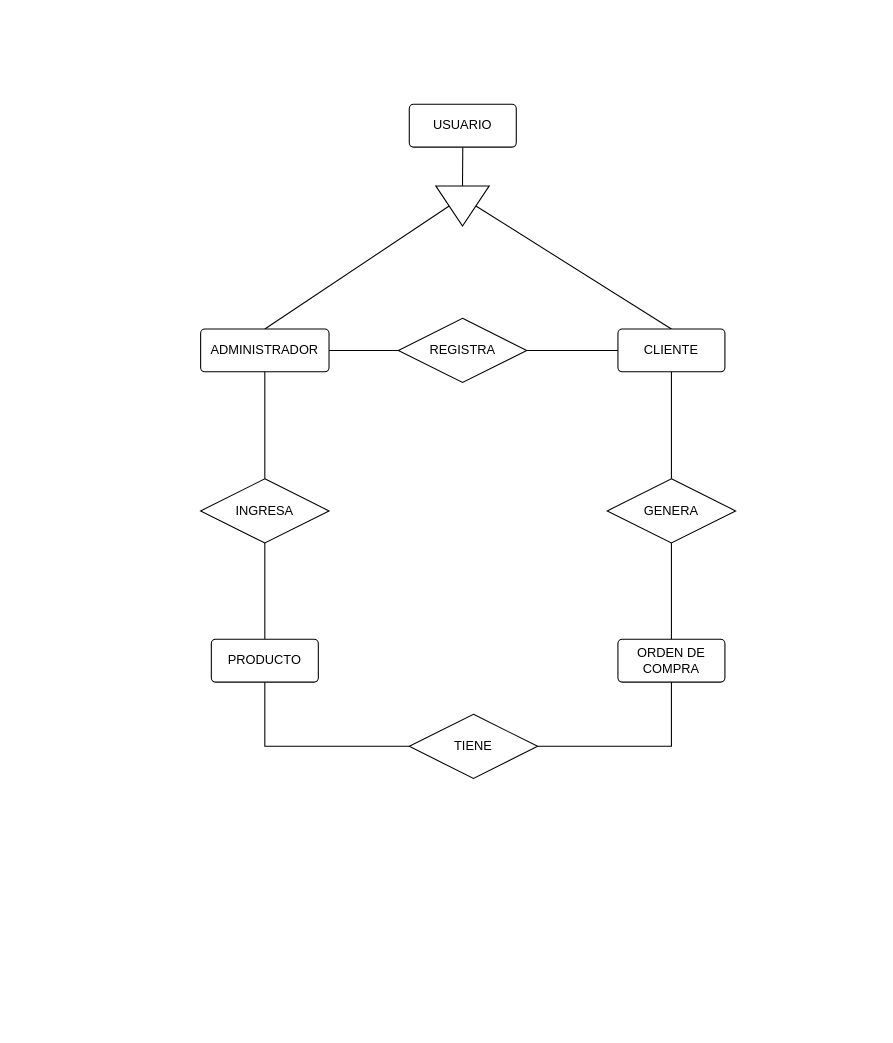
This is DiagramaER.drawio from KemosahbeAndres/proyecto_java, a draw.io file, before an edit. Source tidied: cells renumbered, new cells numbered last; positions are measured from the earlier drawing's top-left corner, leaving out a move shared by most shapes. Both pictures are drawn from the tidied source at 107%, with x=0, y=0 at pixel (200, 104).
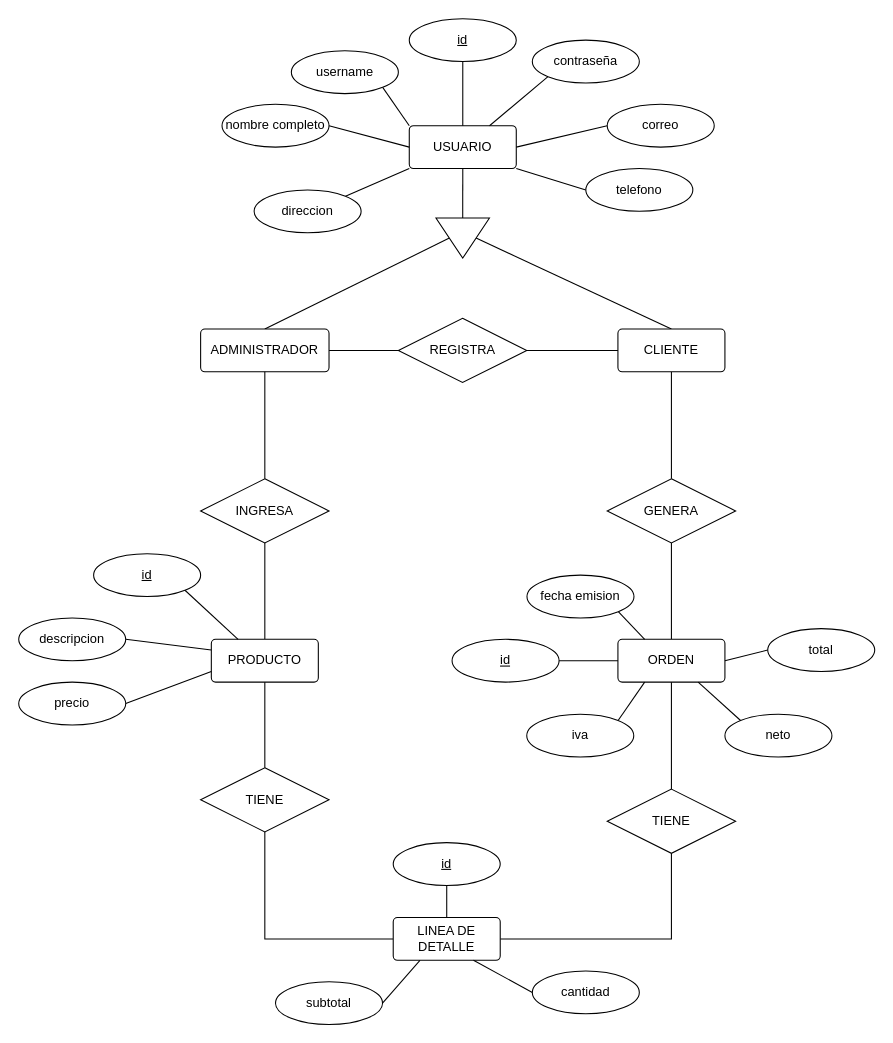
After the change.

The change refers to these unchanged cells:
```xml
<mxCell id="14" value="PRODUCTO" style="rounded=1;arcSize=10;whiteSpace=wrap;html=1;align=center;" parent="1" vertex="1">
  <mxGeometry x="10" y="500" width="100" height="40" as="geometry" />
</mxCell>
```

What changed in the source:
```diff
@@
     <mxCell id="3" value="USUARIO" style="rounded=1;arcSize=10;whiteSpace=wrap;html=1;align=center;" parent="1" vertex="1">
-      <mxGeometry x="195" width="100" height="40" as="geometry" />
+      <mxGeometry x="195" y="20" width="100" height="40" as="geometry" />
     </mxCell>
@@
     <mxCell id="6" style="triangle;whiteSpace=wrap;html=1;rotation=90;" parent="1" vertex="1">
-      <mxGeometry x="226" y="70" width="37.5" height="50" as="geometry" />
+      <mxGeometry x="226.2" y="100" width="37.5" height="50" as="geometry" />
     </mxCell>
@@
-    <mxCell id="19" value="ORDEN DE COMPRA" style="rounded=1;arcSize=10;whiteSpace=wrap;html=1;align=center;" parent="1" vertex="1">
+    <mxCell id="19" value="ORDEN" style="rounded=1;arcSize=10;whiteSpace=wrap;html=1;align=center;" parent="1" vertex="1">
       <mxGeometry x="390" y="500" width="100" height="40" as="geometry" />
     </mxCell>
-    <mxCell id="20" style="edgeStyle=orthogonalEdgeStyle;rounded=0;jettySize=auto;html=1;exitX=0;exitY=0.5;exitDx=0;exitDy=0;entryX=0.5;entryY=1;entryDx=0;entryDy=0;endArrow=none;endFill=0;" parent="1" edge="1" source="22" target="14">
+    <mxCell id="20" style="edgeStyle=orthogonalEdgeStyle;rounded=0;jettySize=auto;html=1;exitX=0.5;exitY=0;exitDx=0;exitDy=0;entryX=0.5;entryY=1;entryDx=0;entryDy=0;endArrow=none;endFill=0;" parent="1" edge="1" source="22" target="14">
       <mxGeometry relative="1" as="geometry" />
     </mxCell>
-    <mxCell id="21" style="edgeStyle=orthogonalEdgeStyle;rounded=0;jettySize=auto;html=1;exitX=1;exitY=0.5;exitDx=0;exitDy=0;entryX=0.5;entryY=1;entryDx=0;entryDy=0;endArrow=none;endFill=0;" parent="1" edge="1" source="22" target="19">
-      <mxGeometry relative="1" as="geometry" />
-    </mxCell>
     <mxCell id="22" value="TIENE" style="shape=rhombus;perimeter=rhombusPerimeter;whiteSpace=wrap;html=1;align=center;" parent="1" vertex="1">
-      <mxGeometry x="195" y="570" width="120" height="60" as="geometry" />
+      <mxGeometry y="620" width="120" height="60" as="geometry" />
     </mxCell>
+    <mxCell id="23" style="edgeStyle=none;rounded=0;jettySize=auto;html=1;exitX=1;exitY=1;exitDx=0;exitDy=0;entryX=0.25;entryY=0;entryDx=0;entryDy=0;endArrow=none;endFill=0;" parent="1" edge="1" source="24" target="14">
+      <mxGeometry relative="1" as="geometry" />
+    </mxCell>
+    <mxCell id="24" value="id" style="ellipse;whiteSpace=wrap;html=1;align=center;fontStyle=4;" parent="1" vertex="1">
+      <mxGeometry x="-100" y="420" width="100" height="40" as="geometry" />
+    </mxCell>
+    <mxCell id="25" style="edgeStyle=none;rounded=0;jettySize=auto;html=1;exitX=1;exitY=0.5;exitDx=0;exitDy=0;entryX=0;entryY=0.25;entryDx=0;entryDy=0;endArrow=none;endFill=0;" parent="1" edge="1" source="26" target="14">
+      <mxGeometry relative="1" as="geometry" />
+    </mxCell>
+    <mxCell id="26" value="descripcion" style="ellipse;whiteSpace=wrap;html=1;align=center;" parent="1" vertex="1">
+      <mxGeometry x="-170" y="480" width="100" height="40" as="geometry" />
+    </mxCell>
+    <mxCell id="27" style="edgeStyle=none;rounded=0;jettySize=auto;html=1;exitX=1;exitY=0.5;exitDx=0;exitDy=0;entryX=0;entryY=0.75;entryDx=0;entryDy=0;endArrow=none;endFill=0;" parent="1" edge="1" source="28" target="14">
+      <mxGeometry relative="1" as="geometry" />
+    </mxCell>
+    <mxCell id="28" value="precio" style="ellipse;whiteSpace=wrap;html=1;align=center;" parent="1" vertex="1">
+      <mxGeometry x="-170" y="540" width="100" height="40" as="geometry" />
+    </mxCell>
+    <mxCell id="29" style="edgeStyle=orthogonalEdgeStyle;rounded=0;jettySize=auto;html=1;exitX=1;exitY=0.5;exitDx=0;exitDy=0;entryX=0.5;entryY=1;entryDx=0;entryDy=0;endArrow=none;endFill=0;" parent="1" edge="1" source="31" target="33">
+      <mxGeometry relative="1" as="geometry" />
+    </mxCell>
+    <mxCell id="30" style="edgeStyle=orthogonalEdgeStyle;rounded=0;jettySize=auto;html=1;exitX=0;exitY=0.5;exitDx=0;exitDy=0;entryX=0.5;entryY=1;entryDx=0;entryDy=0;endArrow=none;endFill=0;" parent="1" edge="1" source="31" target="22">
+      <mxGeometry relative="1" as="geometry" />
+    </mxCell>
+    <mxCell id="31" value="LINEA DE DETALLE" style="rounded=1;arcSize=10;whiteSpace=wrap;html=1;align=center;" parent="1" vertex="1">
+      <mxGeometry x="180" y="760" width="100" height="40" as="geometry" />
+    </mxCell>
+    <mxCell id="32" style="edgeStyle=orthogonalEdgeStyle;rounded=0;jettySize=auto;html=1;exitX=0.5;exitY=0;exitDx=0;exitDy=0;entryX=0.5;entryY=1;entryDx=0;entryDy=0;endArrow=none;endFill=0;" parent="1" edge="1" source="33" target="19">
+      <mxGeometry relative="1" as="geometry" />
+    </mxCell>
+    <mxCell id="33" value="TIENE" style="shape=rhombus;perimeter=rhombusPerimeter;whiteSpace=wrap;html=1;align=center;" parent="1" vertex="1">
+      <mxGeometry x="380" y="640" width="120" height="60" as="geometry" />
+    </mxCell>
+    <mxCell id="34" style="rounded=0;jettySize=auto;html=1;exitX=0.5;exitY=1;exitDx=0;exitDy=0;entryX=0.5;entryY=0;entryDx=0;entryDy=0;endArrow=none;endFill=0;" parent="1" edge="1" source="35" target="31">
+      <mxGeometry relative="1" as="geometry" />
+    </mxCell>
+    <mxCell id="35" value="id" style="ellipse;whiteSpace=wrap;html=1;align=center;fontStyle=4;" parent="1" vertex="1">
+      <mxGeometry x="180" y="690" width="100" height="40" as="geometry" />
+    </mxCell>
+    <mxCell id="36" style="rounded=0;jettySize=auto;html=1;exitX=0;exitY=0.5;exitDx=0;exitDy=0;entryX=0.75;entryY=1;entryDx=0;entryDy=0;endArrow=none;endFill=0;" parent="1" edge="1" source="37" target="31">
+      <mxGeometry relative="1" as="geometry" />
+    </mxCell>
+    <mxCell id="37" value="cantidad" style="ellipse;whiteSpace=wrap;html=1;align=center;" parent="1" vertex="1">
+      <mxGeometry x="310" y="810" width="100" height="40" as="geometry" />
+    </mxCell>
+    <mxCell id="38" style="rounded=0;jettySize=auto;html=1;exitX=1;exitY=0.5;exitDx=0;exitDy=0;entryX=0.25;entryY=1;entryDx=0;entryDy=0;endArrow=none;endFill=0;" parent="1" edge="1" source="39" target="31">
+      <mxGeometry relative="1" as="geometry" />
+    </mxCell>
+    <mxCell id="39" value="subtotal" style="ellipse;whiteSpace=wrap;html=1;align=center;" parent="1" vertex="1">
+      <mxGeometry x="70" y="820" width="100" height="40" as="geometry" />
+    </mxCell>
+    <mxCell id="40" style="rounded=0;jettySize=auto;html=1;exitX=1;exitY=0.5;exitDx=0;exitDy=0;entryX=0;entryY=0.5;entryDx=0;entryDy=0;endArrow=none;endFill=0;" parent="1" edge="1" source="41" target="19">
+      <mxGeometry relative="1" as="geometry" />
+    </mxCell>
+    <mxCell id="41" value="id" style="ellipse;whiteSpace=wrap;html=1;align=center;fontStyle=4;" parent="1" vertex="1">
+      <mxGeometry x="235" y="500" width="100" height="40" as="geometry" />
+    </mxCell>
+    <mxCell id="42" style="rounded=0;jettySize=auto;html=1;exitX=1;exitY=1;exitDx=0;exitDy=0;entryX=0.25;entryY=0;entryDx=0;entryDy=0;endArrow=none;endFill=0;" parent="1" edge="1" source="43" target="19">
+      <mxGeometry relative="1" as="geometry" />
+    </mxCell>
+    <mxCell id="43" value="fecha emision" style="ellipse;whiteSpace=wrap;html=1;align=center;" parent="1" vertex="1">
+      <mxGeometry x="305" y="440" width="100" height="40" as="geometry" />
+    </mxCell>
+    <mxCell id="44" style="edgeStyle=none;rounded=0;jettySize=auto;html=1;exitX=0;exitY=0.5;exitDx=0;exitDy=0;entryX=1;entryY=0.5;entryDx=0;entryDy=0;endArrow=none;endFill=0;" parent="1" edge="1" source="45" target="19">
+      <mxGeometry relative="1" as="geometry" />
+    </mxCell>
+    <mxCell id="45" value="total" style="ellipse;whiteSpace=wrap;html=1;align=center;" parent="1" vertex="1">
+      <mxGeometry x="530" y="490" width="100" height="40" as="geometry" />
+    </mxCell>
+    <mxCell id="46" style="edgeStyle=none;rounded=0;jettySize=auto;html=1;exitX=0;exitY=0;exitDx=0;exitDy=0;entryX=0.75;entryY=1;entryDx=0;entryDy=0;endArrow=none;endFill=0;" parent="1" edge="1" source="47" target="19">
+      <mxGeometry relative="1" as="geometry" />
+    </mxCell>
+    <mxCell id="47" value="neto" style="ellipse;whiteSpace=wrap;html=1;align=center;" parent="1" vertex="1">
+      <mxGeometry x="490" y="570" width="100" height="40" as="geometry" />
+    </mxCell>
+    <mxCell id="48" style="edgeStyle=none;rounded=0;jettySize=auto;html=1;exitX=1;exitY=0;exitDx=0;exitDy=0;entryX=0.25;entryY=1;entryDx=0;entryDy=0;endArrow=none;endFill=0;" parent="1" edge="1" source="49" target="19">
+      <mxGeometry relative="1" as="geometry" />
+    </mxCell>
+    <mxCell id="49" value="iva" style="ellipse;whiteSpace=wrap;html=1;align=center;" parent="1" vertex="1">
+      <mxGeometry x="304.8" y="570" width="100" height="40" as="geometry" />
+    </mxCell>
+    <mxCell id="50" style="edgeStyle=none;rounded=0;jettySize=auto;html=1;exitX=0.5;exitY=1;exitDx=0;exitDy=0;entryX=0.5;entryY=0;entryDx=0;entryDy=0;endArrow=none;endFill=0;" parent="1" edge="1" source="51" target="3">
+      <mxGeometry relative="1" as="geometry" />
+    </mxCell>
+    <mxCell id="51" value="id" style="ellipse;whiteSpace=wrap;html=1;align=center;fontStyle=4;" parent="1" vertex="1">
+      <mxGeometry x="195" y="-80" width="100" height="40" as="geometry" />
+    </mxCell>
+    <mxCell id="52" style="edgeStyle=none;rounded=0;jettySize=auto;html=1;exitX=1;exitY=0.5;exitDx=0;exitDy=0;entryX=0;entryY=0.5;entryDx=0;entryDy=0;endArrow=none;endFill=0;" parent="1" edge="1" source="53" target="3">
+      <mxGeometry relative="1" as="geometry" />
+    </mxCell>
+    <mxCell id="53" value="nombre completo" style="ellipse;whiteSpace=wrap;html=1;align=center;" parent="1" vertex="1">
+      <mxGeometry x="20" width="100" height="40" as="geometry" />
+    </mxCell>
+    <mxCell id="54" style="edgeStyle=none;rounded=0;jettySize=auto;html=1;exitX=1;exitY=1;exitDx=0;exitDy=0;entryX=0;entryY=0;entryDx=0;entryDy=0;endArrow=none;endFill=0;" parent="1" edge="1" source="55" target="3">
+      <mxGeometry relative="1" as="geometry" />
+    </mxCell>
+    <mxCell id="55" value="username" style="ellipse;whiteSpace=wrap;html=1;align=center;" parent="1" vertex="1">
+      <mxGeometry x="84.8" y="-50" width="100" height="40" as="geometry" />
+    </mxCell>
+    <mxCell id="56" style="edgeStyle=none;rounded=0;jettySize=auto;html=1;exitX=0;exitY=1;exitDx=0;exitDy=0;entryX=0.75;entryY=0;entryDx=0;entryDy=0;endArrow=none;endFill=0;" parent="1" edge="1" source="57" target="3">
+      <mxGeometry relative="1" as="geometry" />
+    </mxCell>
+    <mxCell id="57" value="contraseña" style="ellipse;whiteSpace=wrap;html=1;align=center;" parent="1" vertex="1">
+      <mxGeometry x="310" y="-60" width="100" height="40" as="geometry" />
+    </mxCell>
+    <mxCell id="58" style="edgeStyle=none;rounded=0;jettySize=auto;html=1;exitX=0;exitY=0.5;exitDx=0;exitDy=0;entryX=1;entryY=0.5;entryDx=0;entryDy=0;endArrow=none;endFill=0;" parent="1" edge="1" source="59" target="3">
+      <mxGeometry relative="1" as="geometry" />
+    </mxCell>
+    <mxCell id="59" value="correo" style="ellipse;whiteSpace=wrap;html=1;align=center;" parent="1" vertex="1">
+      <mxGeometry x="380" width="100" height="40" as="geometry" />
+    </mxCell>
+    <mxCell id="60" style="edgeStyle=none;rounded=0;jettySize=auto;html=1;exitX=0;exitY=0.5;exitDx=0;exitDy=0;entryX=1;entryY=1;entryDx=0;entryDy=0;endArrow=none;endFill=0;" parent="1" edge="1" source="61" target="3">
+      <mxGeometry relative="1" as="geometry" />
+    </mxCell>
+    <mxCell id="61" value="telefono" style="ellipse;whiteSpace=wrap;html=1;align=center;" parent="1" vertex="1">
+      <mxGeometry x="360" y="60" width="100" height="40" as="geometry" />
+    </mxCell>
+    <mxCell id="62" style="edgeStyle=none;rounded=0;jettySize=auto;html=1;exitX=1;exitY=0;exitDx=0;exitDy=0;entryX=0;entryY=1;entryDx=0;entryDy=0;endArrow=none;endFill=0;" parent="1" edge="1" source="63" target="3">
+      <mxGeometry relative="1" as="geometry" />
+    </mxCell>
+    <mxCell id="63" value="direccion" style="ellipse;whiteSpace=wrap;html=1;align=center;" parent="1" vertex="1">
+      <mxGeometry x="50" y="80" width="100" height="40" as="geometry" />
+    </mxCell>
```
